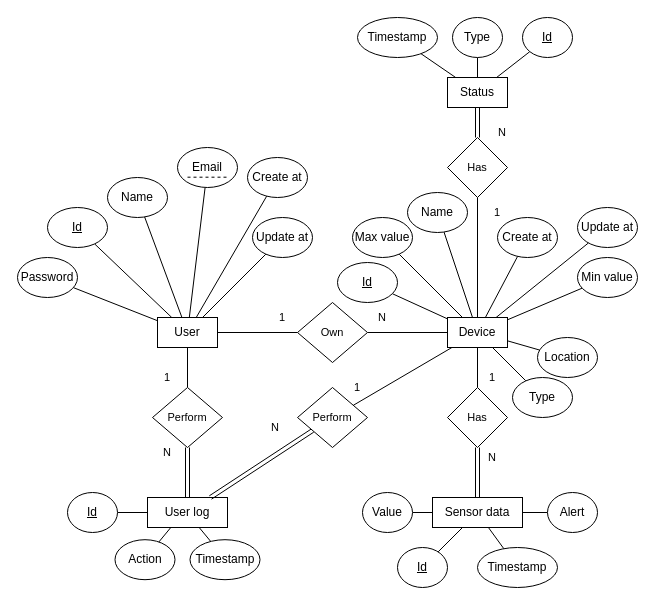
The draw.io diagram sql/erd.drawio in tien0246/yolohome-backend, before the edit. Source tidied: cells renumbered, new cells numbered last; positions are measured from the earlier drawing's top-left corner, leaving out a move shared by most shapes. Both pictures are drawn from the tidied source at 100%, with x=0, y=0 at pixel (17, 17).
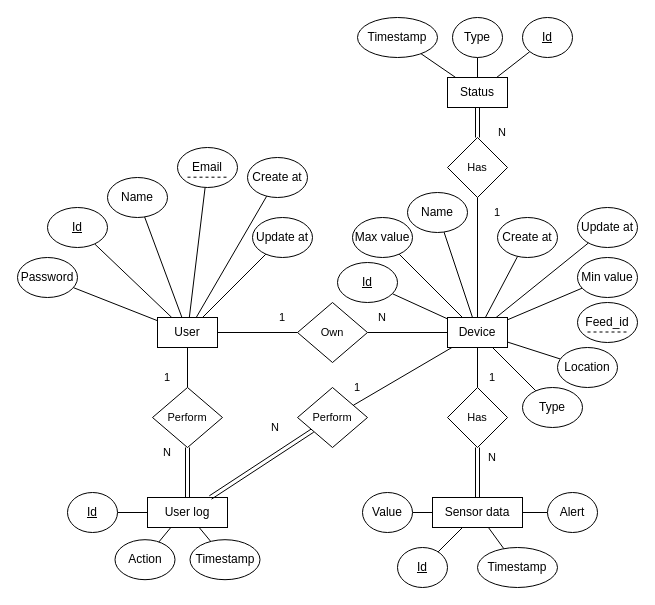
The same diagram, later.

Diff of the diagram source:
```diff
@@
     <mxCell id="34" value="Type" style="ellipse;whiteSpace=wrap;html=1;" parent="1" vertex="1">
-      <mxGeometry x="495" y="360" width="60" height="40" as="geometry" />
+      <mxGeometry x="505" y="370" width="60" height="40" as="geometry" />
     </mxCell>
@@
     <mxCell id="37" value="Location" style="ellipse;whiteSpace=wrap;html=1;" parent="1" vertex="1">
-      <mxGeometry x="520" y="320" width="60" height="40" as="geometry" />
+      <mxGeometry x="540" y="330" width="60" height="40" as="geometry" />
     </mxCell>
@@
+    <mxCell id="81" value="Feed_id" style="ellipse;whiteSpace=wrap;html=1;" parent="1" vertex="1">
+      <mxGeometry x="560" y="285" width="60" height="40" as="geometry" />
+    </mxCell>
+    <mxCell id="82" style="endArrow=none;dashed=1;html=1;rounded=0;strokeColor=default;align=center;verticalAlign=middle;fontFamily=Helvetica;fontSize=11;fontColor=default;labelBackgroundColor=default;" parent="1" edge="1">
+      <mxGeometry relative="1" as="geometry">
+        <mxPoint x="570" y="314.5" as="sourcePoint" />
+        <mxPoint x="610" y="314.5" as="targetPoint" />
+      </mxGeometry>
+    </mxCell>
```
